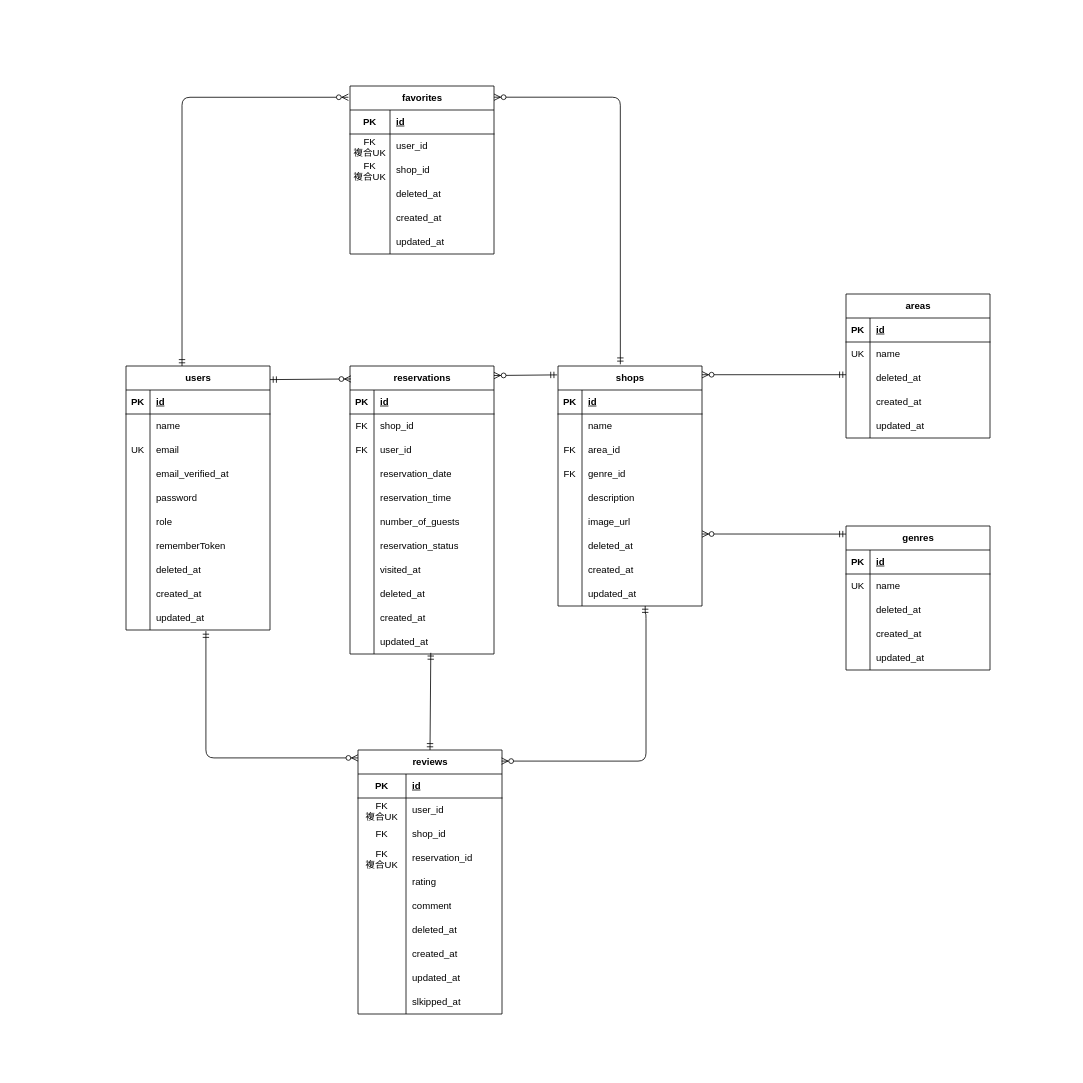
kawamata-natsuki/Rese keeps this draw.io diagram as er.drawio. Above is the earlier version. Source tidied: cells renumbered, new cells numbered last; positions are measured from the earlier drawing's top-left corner, leaving out a move shared by most shapes. Both pictures are drawn from the tidied source at 80%, with x=0, y=0 at pixel (14, 14).
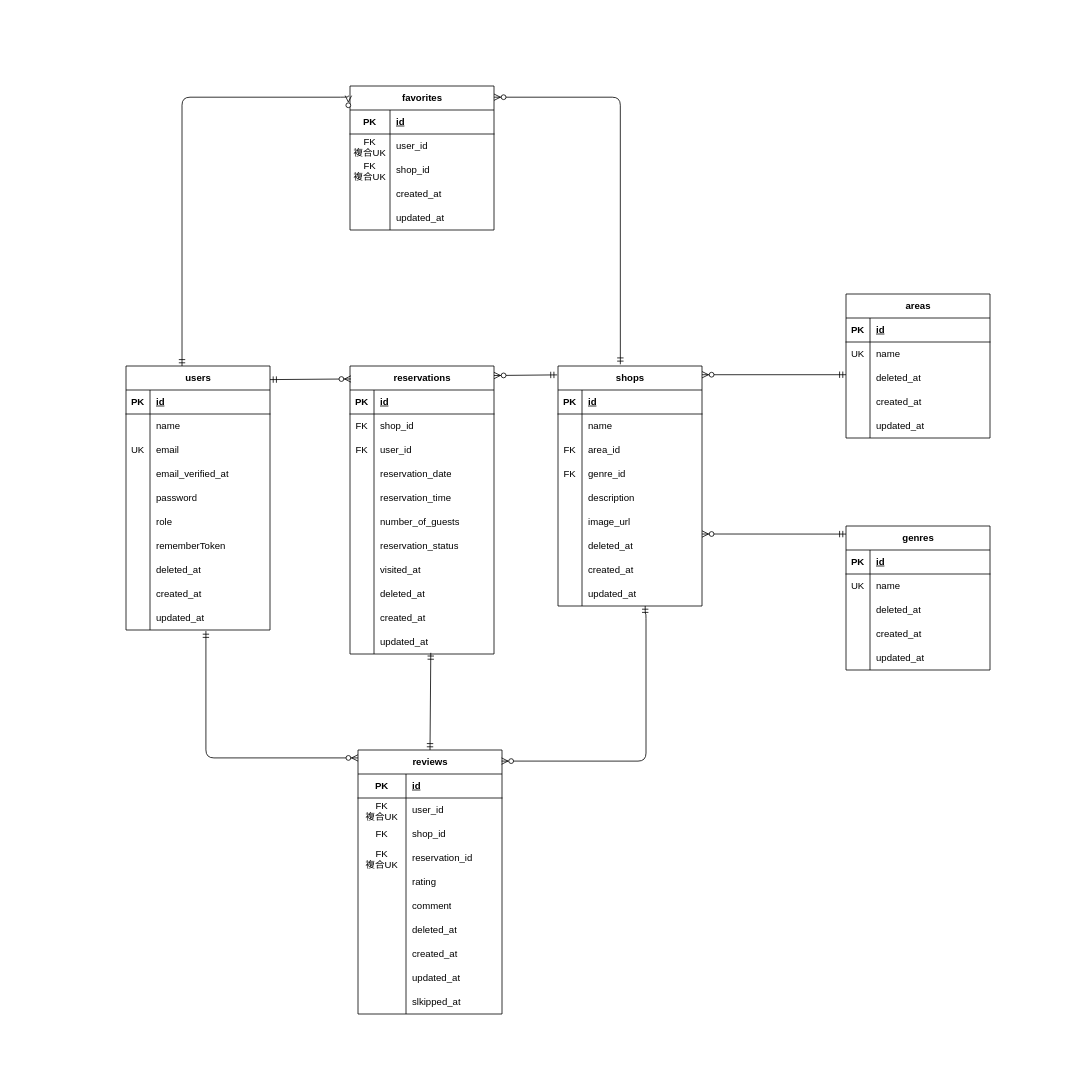
The same page after the edit.

Commit message:
docs: favorites テーブルの deleated_at カラム削除

Diff of the diagram source:
```diff
@@
     <mxCell id="95" value="favorites" style="shape=table;startSize=30;childLayout=tableLayout;rowLines=0;fontStyle=1;align=center;html=1;" parent="1" vertex="1">
-      <mxGeometry x="420" y="90" width="180" height="210" as="geometry" />
+      <mxGeometry x="420" y="90" width="180" height="180" as="geometry" />
     </mxCell>
@@
-    <mxCell id="105" style="shape=tableRow;horizontal=0;startSize=0;swimlaneHead=0;swimlaneBody=0;fillColor=none;top=0;left=0;right=0;bottom=0;" parent="95" vertex="1">
-      <mxGeometry y="120" width="180" height="30" as="geometry" />
-    </mxCell>
-    <mxCell id="106" style="shape=partialRectangle;fillColor=none;top=0;left=0;bottom=0;right=0;overflow=hidden;whiteSpace=wrap;html=1;" parent="105" vertex="1">
-      <mxGeometry width="50" height="30" as="geometry" />
-    </mxCell>
-    <mxCell id="107" value="deleted_at" style="shape=partialRectangle;fillColor=none;top=0;left=0;bottom=0;right=0;align=left;spacingLeft=6;overflow=hidden;whiteSpace=wrap;html=1;" parent="105" vertex="1">
-      <mxGeometry x="50" width="130" height="30" as="geometry" />
-    </mxCell>
     <mxCell id="108" style="shape=tableRow;horizontal=0;startSize=0;swimlaneHead=0;swimlaneBody=0;fillColor=none;top=0;left=0;right=0;bottom=0;" parent="95" vertex="1">
-      <mxGeometry y="150" width="180" height="30" as="geometry" />
+      <mxGeometry y="120" width="180" height="30" as="geometry" />
     </mxCell>
@@
     <mxCell id="111" style="shape=tableRow;horizontal=0;startSize=0;swimlaneHead=0;swimlaneBody=0;fillColor=none;top=0;left=0;right=0;bottom=0;" parent="95" vertex="1">
-      <mxGeometry y="180" width="180" height="30" as="geometry" />
+      <mxGeometry y="150" width="180" height="30" as="geometry" />
     </mxCell>
```
